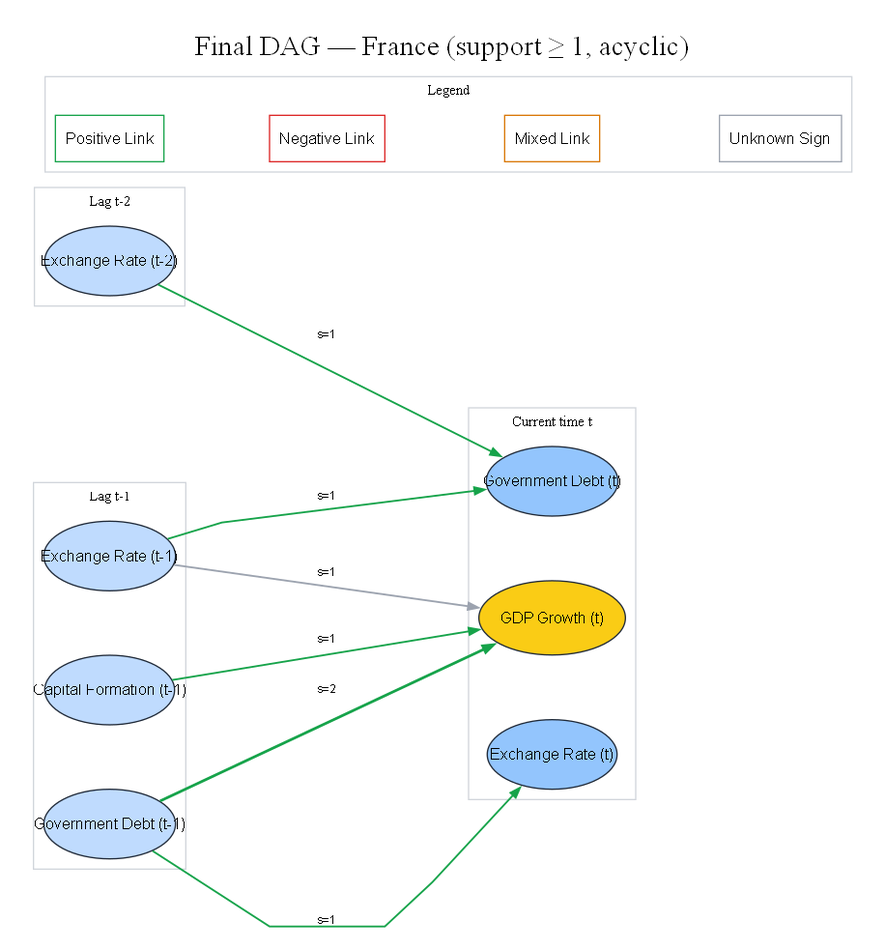
This is reports/figures/phase3E_dag/France/dag_final_France.png from biabakuya/causal-ml-macroeconomic-analysis, a Graphviz export, as it was before one commit. Its source is kept beside it as reports/figures/phase3E_dag/France/dag_final_France.dot.
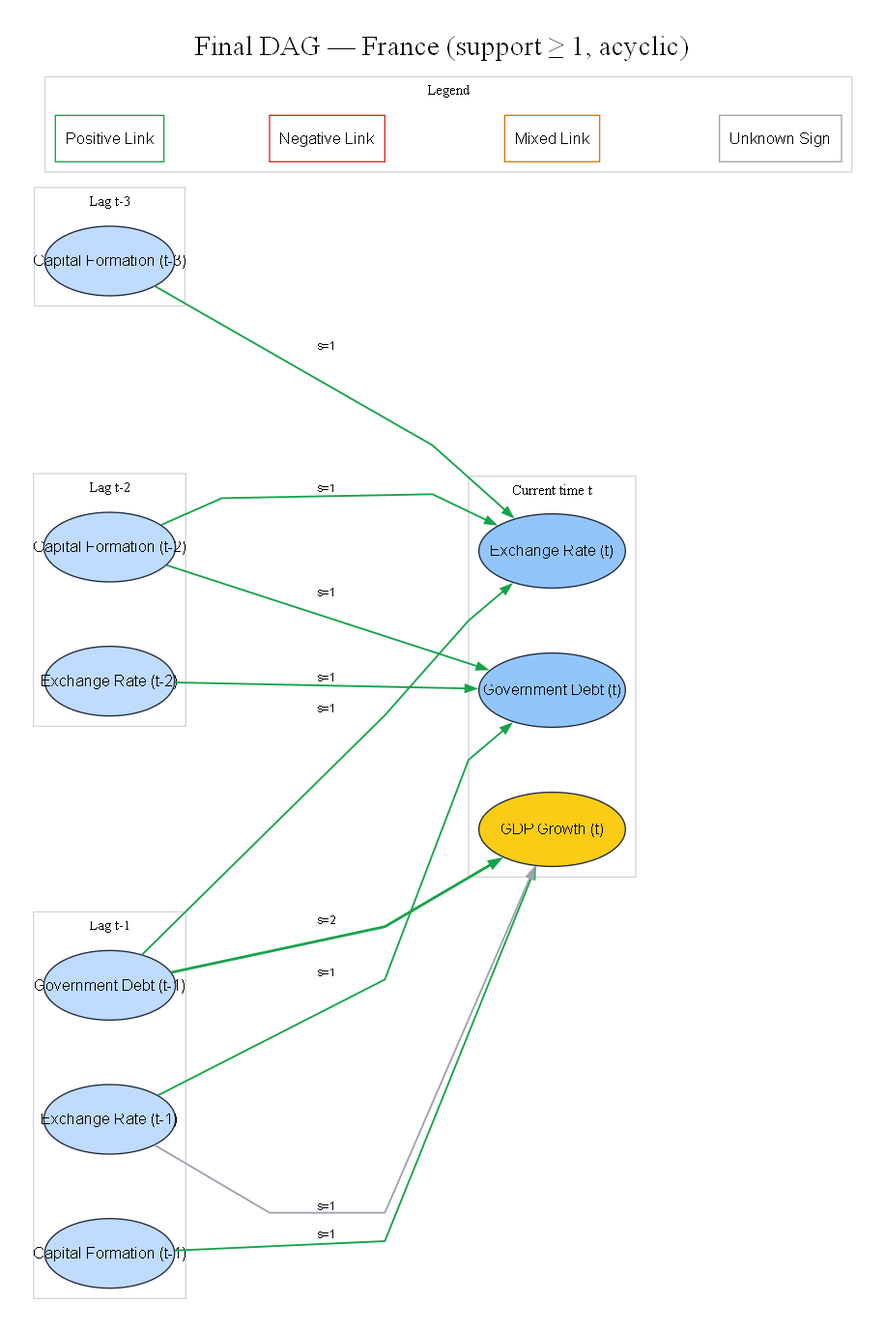
After the change.

What changed in the source:
```diff
@@ -3,9 +3,15 @@
 	graph [concentrate=false nodesep=0.7 overlap=false ranksep=1.0 splines=polyline]
 	node [color="#1f2937" fontname=Helvetica fontsize=12 shape=ellipse style=filled]
 	edge [arrowsize=0.8 fontname=Helvetica fontsize=9]
+	subgraph cluster_t3 {
+		color="#d1d5db" fontsize=11 label="Lag t-3"
+		rank=same
+		"Capital_Formation__t-3" [label="Capital Formation (t-3)" fillcolor="#bfdbfe" fixedsize=true fontcolor=black height=0.75 width=1.4]
+	}
 	subgraph cluster_t2 {
 		color="#d1d5db" fontsize=11 label="Lag t-2"
 		rank=same
+		"Capital_Formation__t-2" [label="Capital Formation (t-2)" fillcolor="#bfdbfe" fixedsize=true fontcolor=black height=0.75 width=1.4200000000000002]
 		"Exchange_Rate__t-2" [label="Exchange Rate (t-2)" fillcolor="#bfdbfe" fixedsize=true fontcolor=black height=0.75 width=1.4]
 	}
 	subgraph cluster_t1 {
@@ -18,15 +24,18 @@
 	subgraph cluster_t {
 		color="#d1d5db" fontsize=11 label="Current time t"
 		rank=same
-		Exchange_Rate__t [label="Exchange Rate (t)" fillcolor="#93c5fd" fixedsize=true fontcolor=black height=0.75 width=1.4]
+		Exchange_Rate__t [label="Exchange Rate (t)" fillcolor="#93c5fd" fixedsize=true fontcolor=black height=0.8 width=1.58]
 		GDP_Growth__t [label="GDP Growth (t)" fillcolor="#facc15" fixedsize=true fontcolor=black height=0.8 width=1.58]
-		Government_Debt__t [label="Government Debt (t)" fillcolor="#93c5fd" fixedsize=true fontcolor=black height=0.75 width=1.4200000000000002]
+		Government_Debt__t [label="Government Debt (t)" fillcolor="#93c5fd" fixedsize=true fontcolor=black height=0.8 width=1.58]
 	}
 	"Government_Debt__t-1" -> GDP_Growth__t [label="s=2" color="#16a34a" minlen=2 penwidth=2.0999999999999996]
 	"Capital_Formation__t-1" -> GDP_Growth__t [label="s=1" color="#16a34a" minlen=2 penwidth=1.4]
+	"Capital_Formation__t-3" -> Exchange_Rate__t [label="s=1" color="#16a34a" minlen=2 penwidth=1.4]
+	"Capital_Formation__t-2" -> Exchange_Rate__t [label="s=1" color="#16a34a" minlen=2 penwidth=1.4]
 	"Exchange_Rate__t-2" -> Government_Debt__t [label="s=1" color="#16a34a" minlen=2 penwidth=1.4]
 	"Exchange_Rate__t-1" -> Government_Debt__t [label="s=1" color="#16a34a" minlen=2 penwidth=1.4]
 	"Government_Debt__t-1" -> Exchange_Rate__t [label="s=1" color="#16a34a" minlen=2 penwidth=1.4]
+	"Capital_Formation__t-2" -> Government_Debt__t [label="s=1" color="#16a34a" minlen=2 penwidth=1.4]
 	"Exchange_Rate__t-1" -> GDP_Growth__t [label="s=1" color="#9ca3af" minlen=2 penwidth=1.4]
 	subgraph cluster_legend {
 		color="#d1d5db" fontsize=11 label=Legend
```
